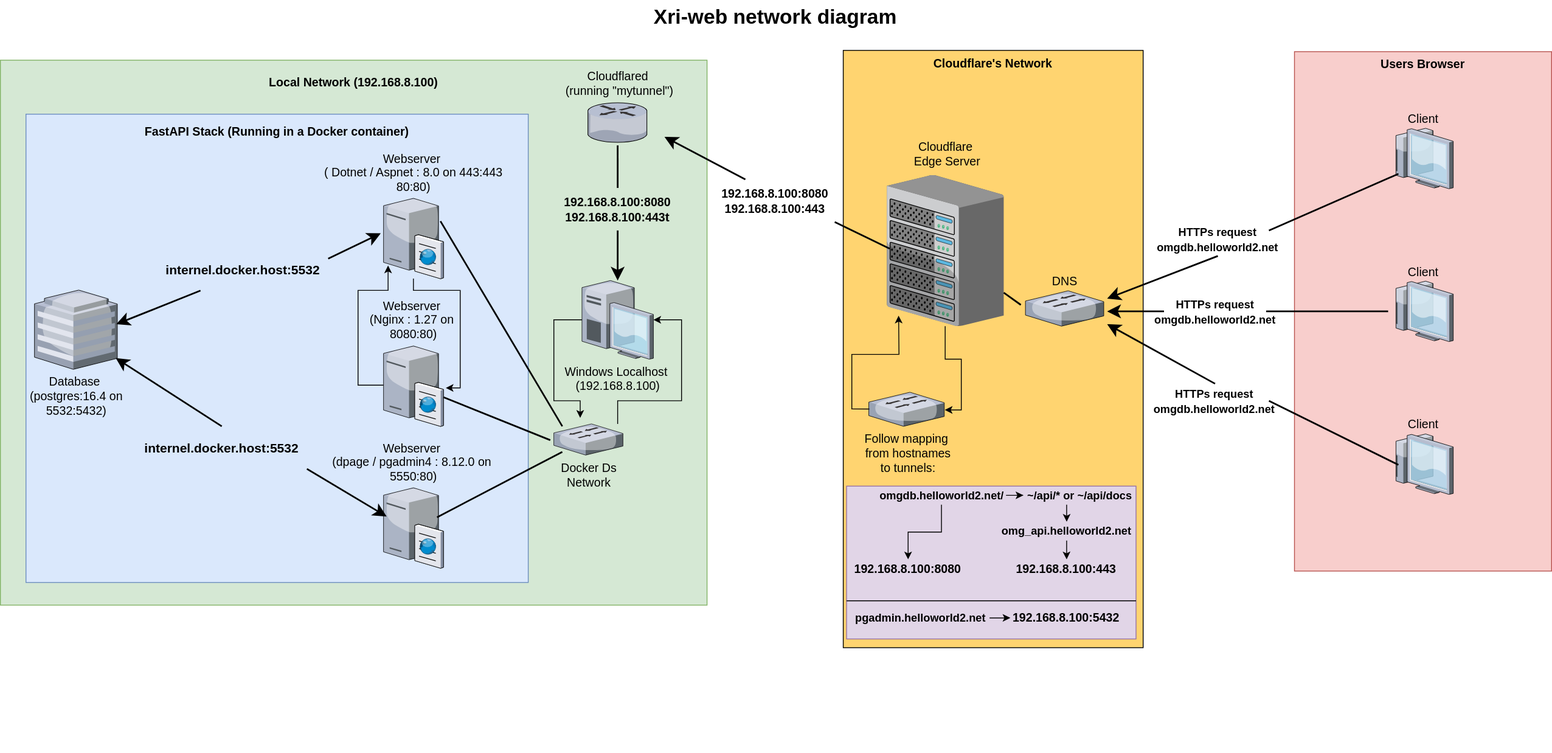
The draw.io diagram blueprint/network-diagram.drawio.svg in jmsaRuc/CITP_Portfolio_Project, before a commit. Source tidied: cells renumbered, new cells last; positions are measured from the earlier drawing's top-left corner, leaving out a move shared by most shapes.
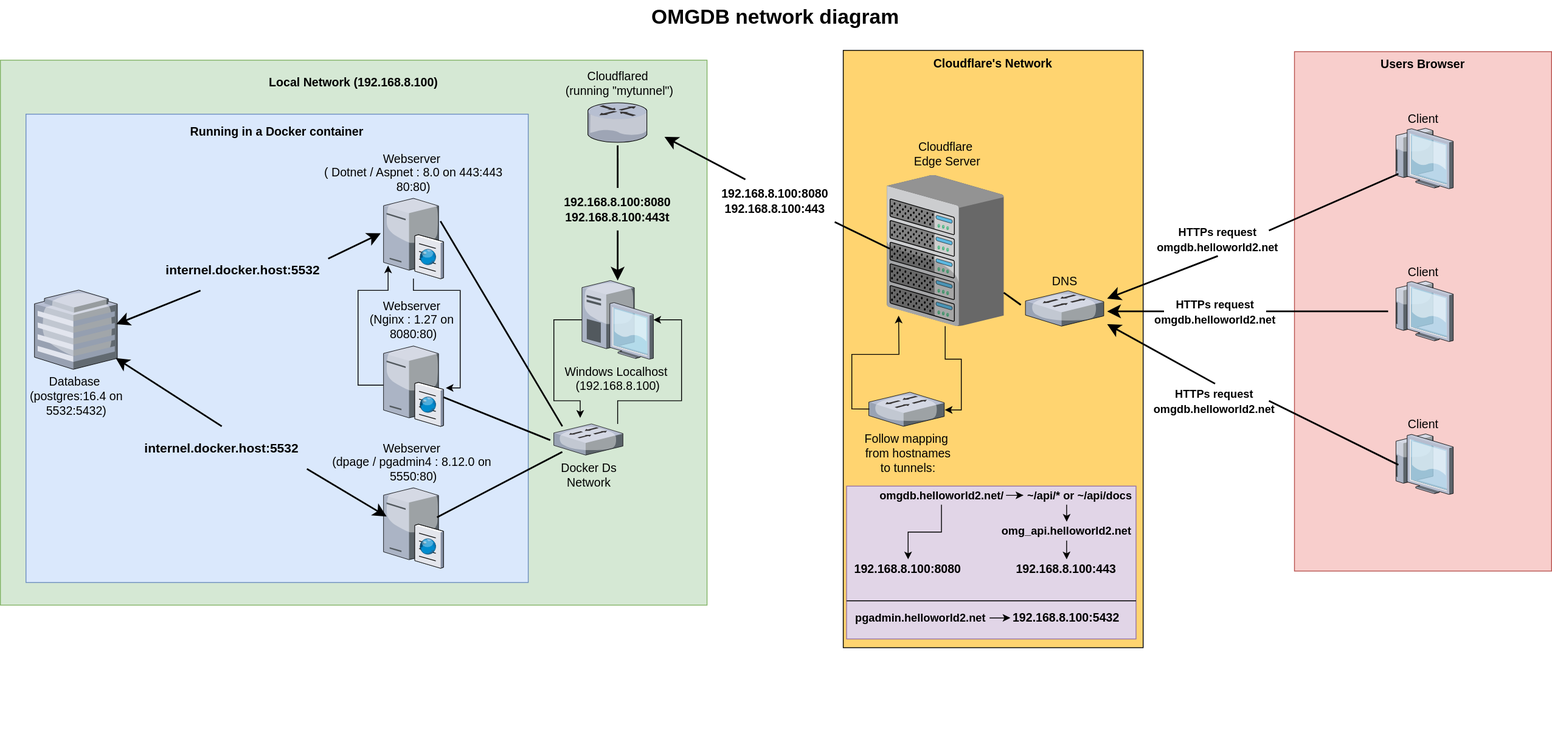
After the change.

Diff of the diagram source:
```diff
@@ -31,7 +31,7 @@
     <mxCell id="10" style="group;" parent="8" vertex="1">
       <mxGeometry x="30" y="83.4" width="590" height="706.6" as="geometry" />
     </mxCell>
-    <mxCell id="11" value="&lt;h3 style=&quot;line-height: 0%;&quot;&gt;FastAPI Stack (Running in a Docker container)&lt;/h3&gt;" style="rounded=0;whiteSpace=wrap;html=1;fillColor=#dae8fc;strokeColor=#6c8ebf;verticalAlign=top;" parent="10" vertex="1">
+    <mxCell id="11" value="&lt;h3 style=&quot;line-height: 0%;&quot;&gt;Running in a Docker container&lt;/h3&gt;" style="rounded=0;whiteSpace=wrap;html=1;fillColor=#dae8fc;strokeColor=#6c8ebf;verticalAlign=top;" parent="10" vertex="1">
       <mxGeometry y="-20" width="590" height="550" as="geometry" />
     </mxCell>
     <mxCell id="12" value="Database&amp;nbsp;&lt;div&gt;(postgres:16.4 on&lt;/div&gt;&lt;div&gt;5532:5432)&lt;/div&gt;" style="verticalLabelPosition=bottom;html=1;verticalAlign=top;strokeColor=none;shape=mxgraph.citrix.hq_enterprise;fillColor=#66B2FF;gradientColor=#0066CC;fontSize=14;" parent="10" vertex="1">
@@ -132,7 +132,7 @@
     <mxCell id="34" style="endArrow=none;html=1;rounded=0;entryX=0.123;entryY=0.896;entryDx=0;entryDy=0;entryPerimeter=0;strokeWidth=2;exitX=0.894;exitY=0.381;exitDx=0;exitDy=0;exitPerimeter=0;" parent="8" edge="1" source="15" target="25">
       <mxGeometry relative="1" as="geometry" />
     </mxCell>
-    <mxCell id="35" value="Xri-web network diagram" style="text;strokeColor=none;fillColor=none;html=1;fontSize=24;fontStyle=1;verticalAlign=middle;align=center;" parent="1" vertex="1">
+    <mxCell id="35" value="OMGDB network diagram" style="text;strokeColor=none;fillColor=none;html=1;fontSize=24;fontStyle=1;verticalAlign=middle;align=center;" parent="1" vertex="1">
       <mxGeometry x="479" width="861" height="40" as="geometry" />
     </mxCell>
     <mxCell id="36" value="&lt;b style=&quot;font-size: 14px;&quot;&gt;192.168.8.100:8080&lt;/b&gt;&lt;br style=&quot;font-size: 13px;&quot;&gt;&lt;b style=&quot;font-size: 14px;&quot;&gt;192.168.8.100:443&lt;/b&gt;" style="text;html=1;strokeColor=none;fillColor=none;align=center;verticalAlign=middle;whiteSpace=wrap;rounded=0;fontStyle=1;fontSize=15;" parent="1" vertex="1">
```
